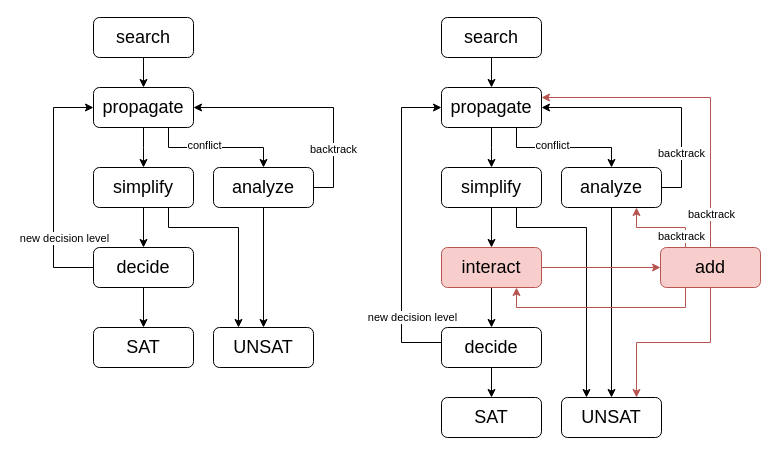
The draw.io diagram figure/flow.drawio in hchenqide/Thesis, before the edit. Source tidied: cells renumbered, new cells numbered last; positions are measured from the earlier drawing's top-left corner, leaving out a move shared by most shapes. Both pictures are drawn from the tidied source at 100%, with x=0, y=0 at pixel (53, 17).
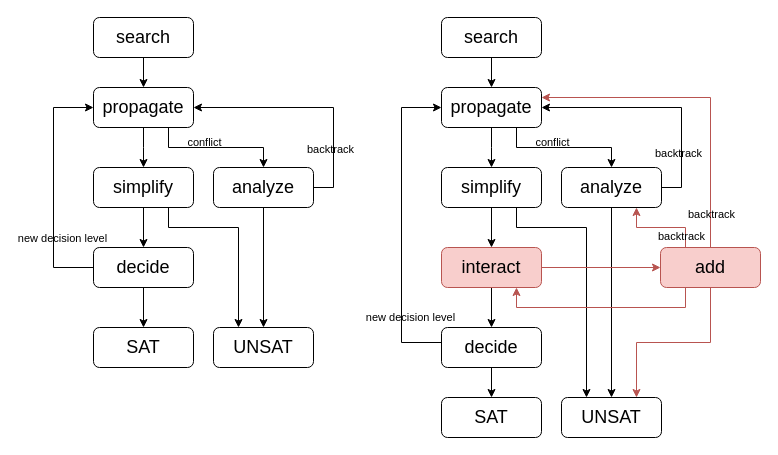
After the change.

Unchanged cells that the change refers to:
```xml
<mxCell id="5" style="edgeStyle=orthogonalEdgeStyle;rounded=0;jettySize=auto;html=1;exitX=0.75;exitY=1;exitDx=0;exitDy=0;entryX=0.5;entryY=0;entryDx=0;entryDy=0;" parent="1" edge="1" source="7" target="11">
  <mxGeometry relative="1" as="geometry" />
</mxCell>
<mxCell id="9" style="edgeStyle=orthogonalEdgeStyle;rounded=0;jettySize=auto;html=1;exitX=1;exitY=0.5;exitDx=0;exitDy=0;entryX=1;entryY=0.5;entryDx=0;entryDy=0;" parent="1" edge="1" source="11" target="7">
  <mxGeometry relative="1" as="geometry" />
</mxCell>
<mxCell id="18" style="edgeStyle=orthogonalEdgeStyle;rounded=0;jettySize=auto;html=1;exitX=0;exitY=0.5;exitDx=0;exitDy=0;entryX=0;entryY=0.5;entryDx=0;entryDy=0;" parent="1" edge="1" source="20" target="7">
  <mxGeometry relative="1" as="geometry">
    <Array as="points">
      <mxPoint y="250" />
      <mxPoint y="90" />
    </Array>
  </mxGeometry>
</mxCell>
<mxCell id="24" style="edgeStyle=orthogonalEdgeStyle;rounded=0;jettySize=auto;html=1;exitX=0.75;exitY=1;exitDx=0;exitDy=0;entryX=0.5;entryY=0;entryDx=0;entryDy=0;" parent="1" edge="1" source="26" target="30">
  <mxGeometry relative="1" as="geometry" />
</mxCell>
<mxCell id="28" style="edgeStyle=orthogonalEdgeStyle;rounded=0;jettySize=auto;html=1;exitX=1;exitY=0.5;exitDx=0;exitDy=0;entryX=1;entryY=0.5;entryDx=0;entryDy=0;" parent="1" edge="1" source="30" target="26">
  <mxGeometry relative="1" as="geometry">
    <Array as="points">
      <mxPoint x="628" y="170" />
      <mxPoint x="628" y="90" />
    </Array>
  </mxGeometry>
</mxCell>
<mxCell id="37" style="edgeStyle=orthogonalEdgeStyle;rounded=0;jettySize=auto;html=1;exitX=0;exitY=0.5;exitDx=0;exitDy=0;entryX=0;entryY=0.5;entryDx=0;entryDy=0;" parent="1" edge="1" source="39" target="26">
  <mxGeometry relative="1" as="geometry">
    <Array as="points">
      <mxPoint x="348" y="325" />
      <mxPoint x="348" y="90" />
    </Array>
  </mxGeometry>
</mxCell>
<mxCell id="44" style="edgeStyle=orthogonalEdgeStyle;rounded=0;jettySize=auto;html=1;exitX=0.25;exitY=0;exitDx=0;exitDy=0;entryX=0.75;entryY=1;entryDx=0;entryDy=0;fillColor=#f8cecc;strokeColor=#b85450;" parent="1" edge="1" source="50" target="30">
  <mxGeometry relative="1" as="geometry" />
</mxCell>
<mxCell id="47" style="edgeStyle=orthogonalEdgeStyle;rounded=0;jettySize=auto;html=1;exitX=0.5;exitY=0;exitDx=0;exitDy=0;entryX=1;entryY=0.25;entryDx=0;entryDy=0;fillColor=#f8cecc;strokeColor=#b85450;" parent="1" edge="1" source="50" target="26">
  <mxGeometry relative="1" as="geometry" />
</mxCell>
```

Diff of the diagram source:
```diff
@@
-    <mxCell id="6" value="conflict" style="edgeLabel;html=1;align=center;verticalAlign=middle;" parent="5" vertex="1">
-      <mxGeometry x="-0.19" y="3" relative="1" as="geometry" />
+    <mxCell id="6" value="conflict" style="edgeLabel;html=1;align=center;verticalAlign=middle;labelBackgroundColor=none;" parent="5" vertex="1">
+      <mxGeometry x="-0.19" y="3" relative="1" as="geometry">
+        <mxPoint y="-3" as="offset" />
+      </mxGeometry>
     </mxCell>
@@
-    <mxCell id="10" value="backtrack" style="edgeLabel;html=1;align=center;verticalAlign=middle;" parent="9" vertex="1">
-      <mxGeometry x="-0.51" y="1" relative="1" as="geometry" />
+    <mxCell id="10" value="backtrack" style="edgeLabel;html=1;align=center;verticalAlign=middle;labelBackgroundColor=none;" parent="9" vertex="1">
+      <mxGeometry x="-0.51" y="1" relative="1" as="geometry">
+        <mxPoint x="-3" as="offset" />
+      </mxGeometry>
     </mxCell>
@@
-    <mxCell id="19" value="new decision level" style="edgeLabel;html=1;align=center;verticalAlign=middle;" parent="18" vertex="1">
+    <mxCell id="19" value="new decision level" style="edgeLabel;html=1;align=center;verticalAlign=middle;labelBackgroundColor=none;" parent="18" vertex="1">
       <mxGeometry x="-0.39" relative="1" as="geometry">
-        <mxPoint x="10" y="3" as="offset" />
+        <mxPoint x="8" y="3" as="offset" />
       </mxGeometry>
     </mxCell>
@@
-    <mxCell id="25" value="conflict" style="edgeLabel;html=1;align=center;verticalAlign=middle;" parent="24" vertex="1">
-      <mxGeometry x="-0.19" y="3" relative="1" as="geometry" />
+    <mxCell id="25" value="conflict" style="edgeLabel;html=1;align=center;verticalAlign=middle;labelBackgroundColor=none;" parent="24" vertex="1">
+      <mxGeometry x="-0.19" y="3" relative="1" as="geometry">
+        <mxPoint y="-3" as="offset" />
+      </mxGeometry>
     </mxCell>
@@
-    <mxCell id="29" value="backtrack" style="edgeLabel;html=1;align=center;verticalAlign=middle;" parent="28" vertex="1">
+    <mxCell id="29" value="backtrack" style="edgeLabel;html=1;align=center;verticalAlign=middle;labelBackgroundColor=none;" parent="28" vertex="1">
       <mxGeometry x="-0.54" y="3" relative="1" as="geometry">
-        <mxPoint x="2" as="offset" />
+        <mxPoint x="-1" as="offset" />
       </mxGeometry>
     </mxCell>
@@
-    <mxCell id="38" value="new decision level" style="edgeLabel;html=1;align=center;verticalAlign=middle;" parent="37" vertex="1">
+    <mxCell id="38" value="new decision level" style="edgeLabel;html=1;align=center;verticalAlign=middle;labelBackgroundColor=none;" parent="37" vertex="1">
       <mxGeometry x="-0.6" y="2" relative="1" as="geometry">
-        <mxPoint x="12" y="-7" as="offset" />
+        <mxPoint x="10" y="-7" as="offset" />
       </mxGeometry>
     </mxCell>
@@
-    <mxCell id="45" value="backtrack" style="edgeLabel;html=1;align=center;verticalAlign=middle;" parent="44" vertex="1">
+    <mxCell id="45" value="backtrack" style="edgeLabel;html=1;align=center;verticalAlign=middle;labelBackgroundColor=none;" parent="44" vertex="1">
       <mxGeometry x="-0.75" y="2" relative="1" as="geometry">
         <mxPoint x="-3" y="-1" as="offset" />
       </mxGeometry>
     </mxCell>
@@
-    <mxCell id="49" value="backtrack" style="edgeLabel;html=1;align=center;verticalAlign=middle;" parent="47" vertex="1">
+    <mxCell id="49" value="backtrack" style="edgeLabel;html=1;align=center;verticalAlign=middle;labelBackgroundColor=none;" parent="47" vertex="1">
       <mxGeometry x="-0.84" relative="1" as="geometry">
         <mxPoint y="-8" as="offset" />
       </mxGeometry>
     </mxCell>
```
